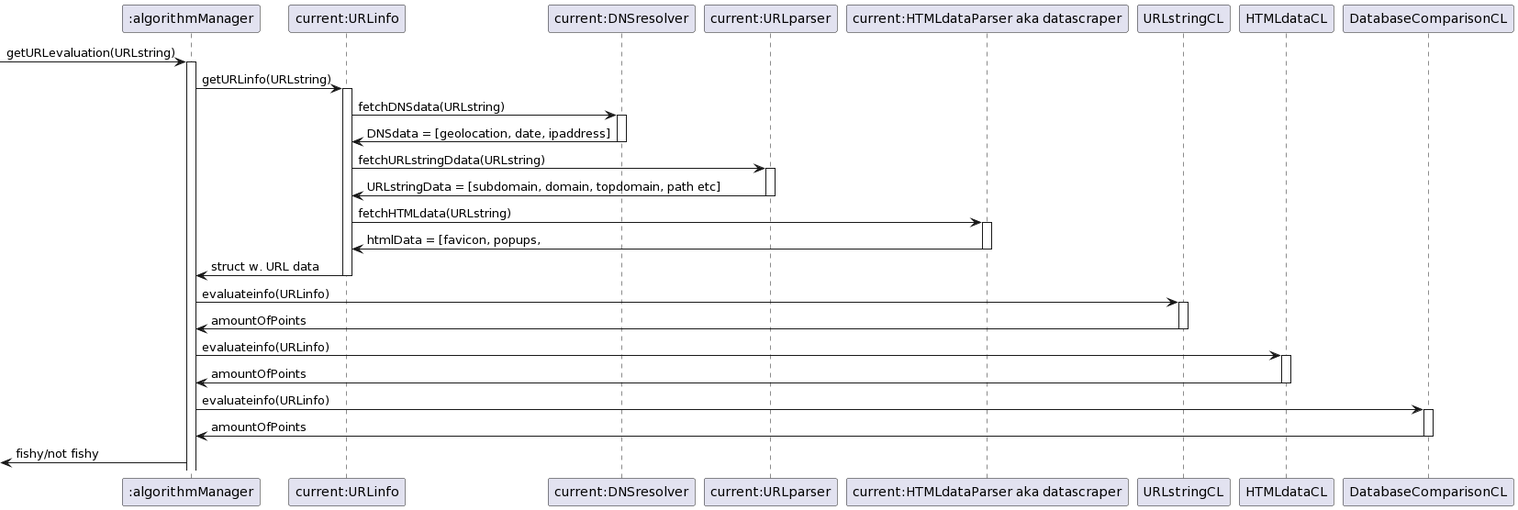
Above: sequence_diagram.png in Purcs3d/phishing-softhouse (PlantUML), before the change.
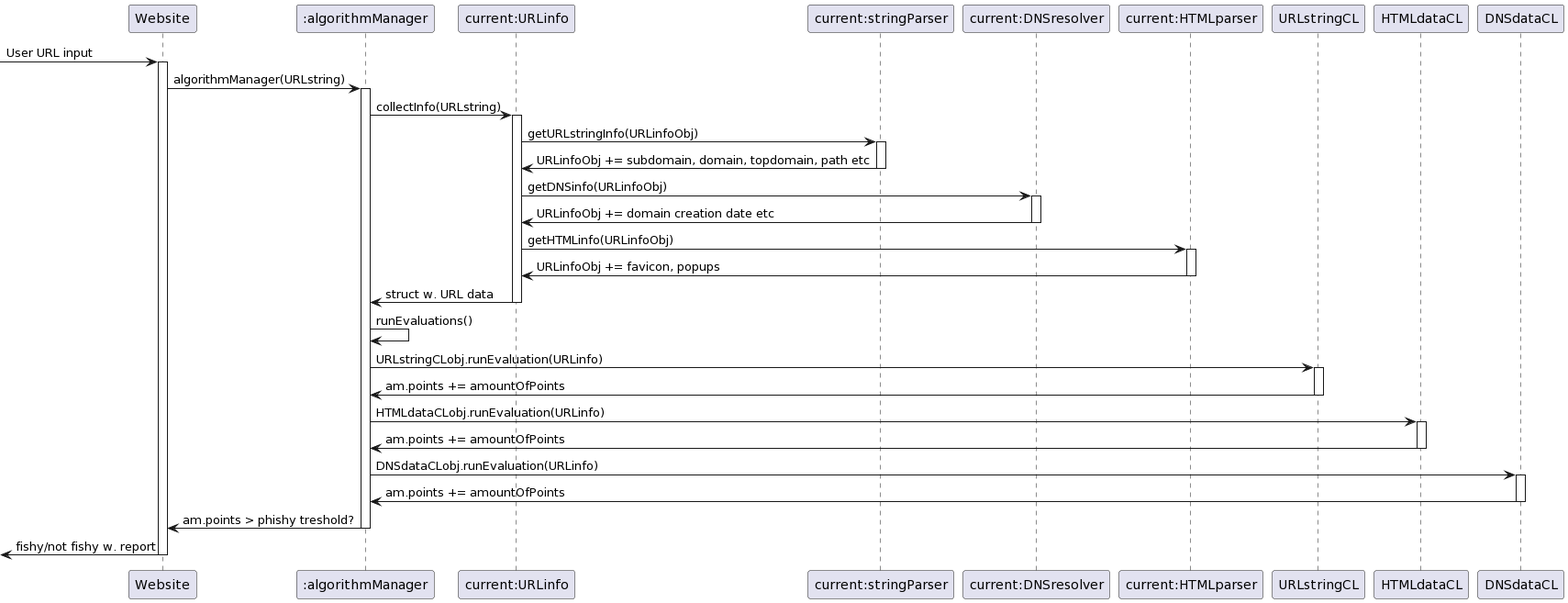
Above is the later version.

Commit message:
updated sequence diagram

The edit, as a diff of the source:
```diff
@@ -1,47 +1,53 @@
 @startuml
+participant "Website" as ws
 participant ":algorithmManager" as am
 participant "current:URLinfo" as inf
+participant "current:stringParser" as par
 participant "current:DNSresolver" as dns
-participant "current:URLparser" as par
-participant "current:HTMLdataParser aka datascraper" as html
+participant "current:HTMLparser" as html
 participant "URLstringCL" as strcl
 participant "HTMLdataCL" as htmlcl
-participant "DatabaseComparisonCL" as dbcl
+participant "DNSdataCL" as dnscl
 
--> am : getURLevaluation(URLstring)
+
+-> ws : User URL input
+activate ws
+ws -> am : algorithmManager(URLstring)
 activate am
-am -> inf : getURLinfo(URLstring)
+am -> inf : collectInfo(URLstring)
 activate inf
-inf -> dns : fetchDNSdata(URLstring)
+inf -> par : getURLstringInfo(URLinfoObj)
+activate par
+par -> inf : URLinfoObj += subdomain, domain, topdomain, path etc
+deactivate par
+inf -> dns : getDNSinfo(URLinfoObj)
 activate dns
-dns -> inf : DNSdata = [geolocation, date, ipaddress]
+dns -> inf : URLinfoObj += domain creation date etc
 deactivate dns
-inf -> par : fetchURLstringDdata(URLstring)
-activate par
-par -> inf : URLstringData = [subdomain, domain, topdomain, path etc]
-deactivate par
-inf -> html : fetchHTMLdata(URLstring)
+inf -> html : getHTMLinfo(URLinfoObj)
 activate html
-html -> inf : htmlData = [favicon, popups,
+html -> inf : URLinfoObj += favicon, popups
 deactivate html
 inf -> am : struct w. URL data
 deactivate inf
-am -> strcl : evaluateinfo(URLinfo)
+am -> am : runEvaluations()
+am -> strcl : URLstringCLobj.runEvaluation(URLinfo)
 activate strcl
-strcl -> am : amountOfPoints
+strcl -> am : am.points += amountOfPoints
 deactivate strcl
 
-am -> htmlcl : evaluateinfo(URLinfo)
+am -> htmlcl : HTMLdataCLobj.runEvaluation(URLinfo)
 activate htmlcl
-htmlcl -> am : amountOfPoints
+htmlcl -> am : am.points += amountOfPoints
 deactivate htmlcl
 
-am -> dbcl : evaluateinfo(URLinfo)
-activate dbcl
-dbcl -> am : amountOfPoints
-deactivate dbcl
+am -> dnscl : DNSdataCLobj.runEvaluation(URLinfo)
+activate dnscl
+dnscl -> am : am.points += amountOfPoints
+deactivate dnscl
 
-<- am : fishy/not fishy
-
-deactivate inf
+ ws <- am : am.points > phishy treshold?
+deactivate am
+<- ws :fishy/not fishy w. report
+deactivate ws
 @enduml
```
